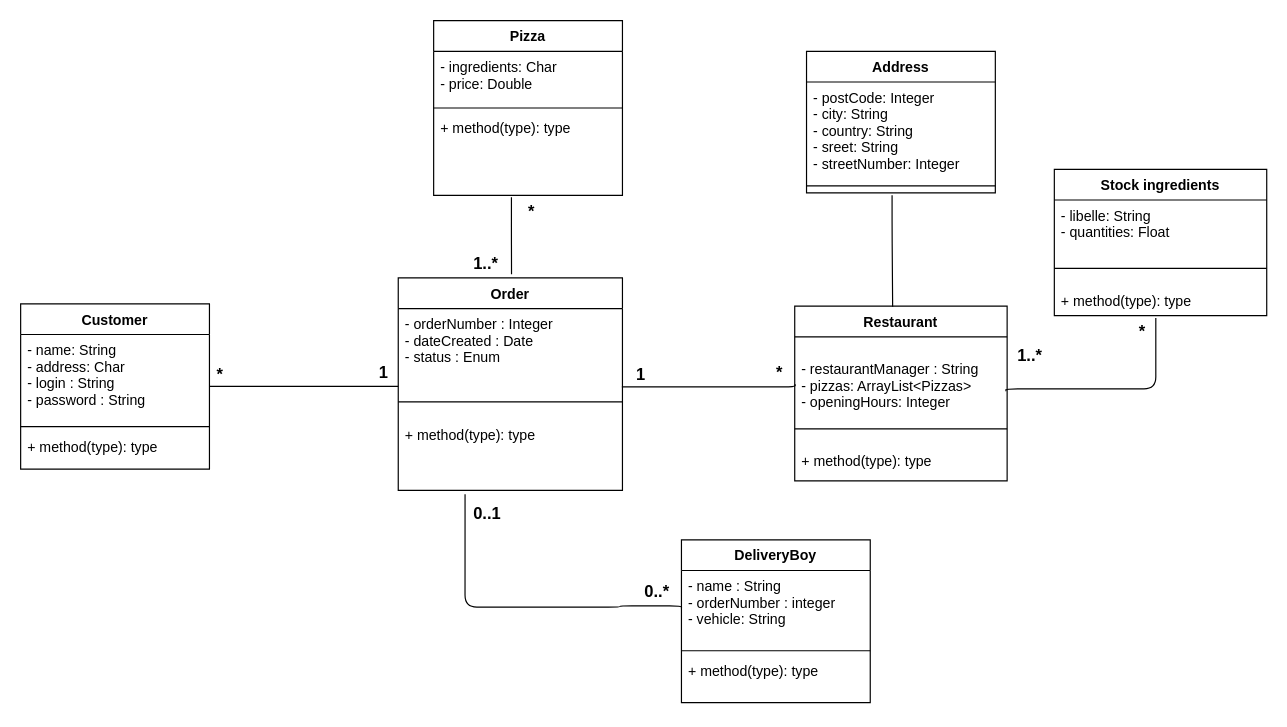
The draw.io diagram page "Diagramme de classe" (8 of 10) of P5-UseCase-definotion.drawio in Ketut38/OC-P5-Pizza, before the edit. Source tidied: cells renumbered, new cells numbered last; positions are measured from the earlier drawing's top-left corner, leaving out a move shared by most shapes. Both pictures are drawn from the tidied source at 118%, with x=0, y=0 at pixel (20, 20).
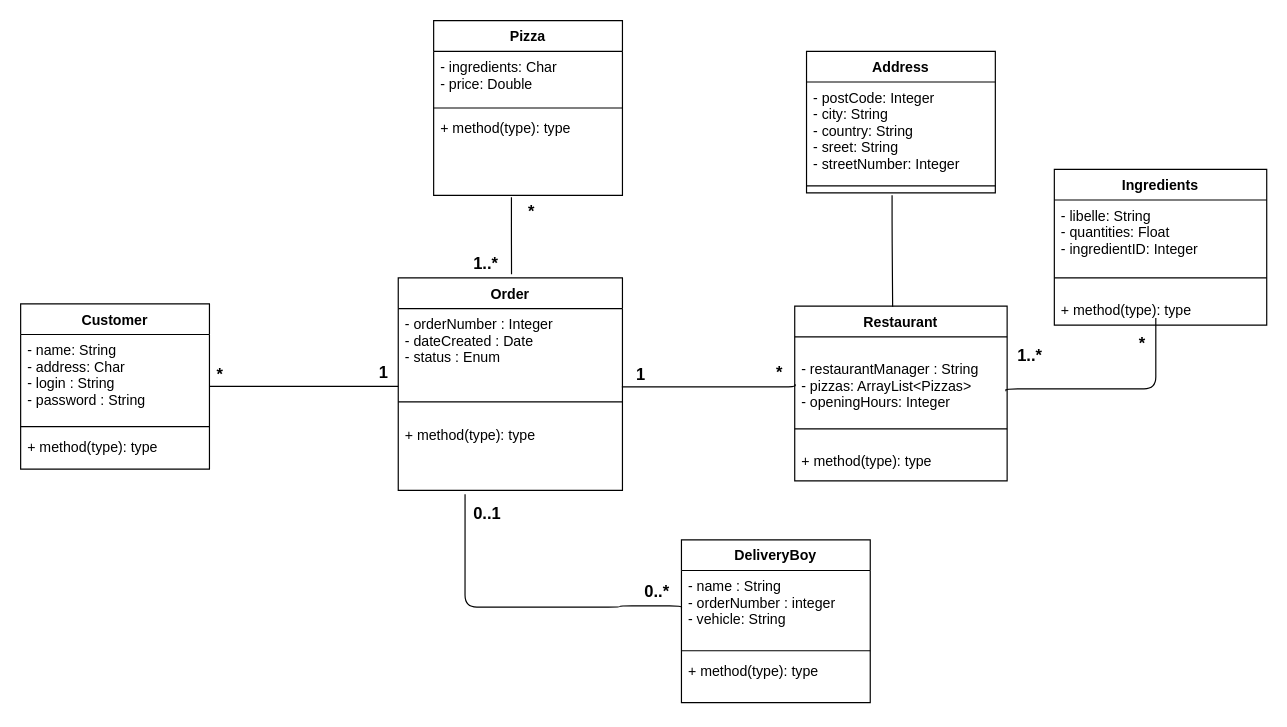
After the change.

The change refers to these unchanged cells:
```xml
<mxCell id="32" style="endArrow=none;html=1;edgeStyle=orthogonalEdgeStyle;exitX=0.412;exitY=1.023;exitDx=0;exitDy=0;exitPerimeter=0;entryX=0.995;entryY=0.692;entryDx=0;entryDy=0;entryPerimeter=0;" parent="1" edge="1" target="7">
  <mxGeometry relative="1" as="geometry">
    <mxPoint x="962" y="252" as="sourcePoint" />
    <Array as="points">
      <mxPoint x="962" y="312" />
      <mxPoint x="835" y="312" />
      <mxPoint x="835" y="314" />
    </Array>
  </mxGeometry>
</mxCell>
```

Change to the diagram source:
```diff
@@
-    <mxCell id="22" value="Stock ingredients" style="swimlane;fontStyle=1;align=center;verticalAlign=top;horizontal=1;startSize=26;" parent="1" vertex="1">
-      <mxGeometry x="876" y="126" width="180" height="124" as="geometry" />
+    <mxCell id="22" value="Ingredients" style="swimlane;fontStyle=1;align=center;verticalAlign=top;horizontal=1;startSize=26;" parent="1" vertex="1">
+      <mxGeometry x="876" y="126" width="180" height="132" as="geometry" />
     </mxCell>
-    <mxCell id="23" value="- libelle: String&#10;- quantities: Float&#10;" style="text;strokeColor=none;fillColor=none;align=left;verticalAlign=top;spacingLeft=4;spacingRight=4;overflow=hidden;" parent="22" vertex="1">
-      <mxGeometry y="26" width="180" height="44" as="geometry" />
+    <mxCell id="23" value="- libelle: String&#10;- quantities: Float&#10;- ingredientID: Integer" style="text;strokeColor=none;fillColor=none;align=left;verticalAlign=top;spacingLeft=4;spacingRight=4;overflow=hidden;" parent="22" vertex="1">
+      <mxGeometry y="26" width="180" height="52" as="geometry" />
     </mxCell>
     <mxCell id="24" style="line;strokeWidth=1;fillColor=none;align=left;verticalAlign=middle;spacingTop=-1;spacingLeft=3;spacingRight=3;labelPosition=right;" parent="22" vertex="1">
-      <mxGeometry y="70" width="180" height="28" as="geometry" />
+      <mxGeometry y="78" width="180" height="28" as="geometry" />
     </mxCell>
     <mxCell id="25" value="+ method(type): type" style="text;strokeColor=none;fillColor=none;align=left;verticalAlign=top;spacingLeft=4;spacingRight=4;overflow=hidden;" parent="22" vertex="1">
-      <mxGeometry y="98" width="180" height="26" as="geometry" />
+      <mxGeometry y="106" width="180" height="26" as="geometry" />
     </mxCell>
@@
     <mxCell id="33" value="&lt;div style=&quot;text-align: right&quot;&gt;&lt;span style=&quot;font-size: 14px&quot;&gt;&lt;b&gt;*&lt;/b&gt;&lt;/span&gt;&lt;/div&gt;" style="html=1;align=left;verticalAlign=bottom;labelBackgroundColor=#ffffff;fontSize=10;" parent="32" vertex="1">
       <mxGeometry x="-1" relative="1" as="geometry">
-        <mxPoint x="-16.5" y="22" as="offset" />
+        <mxPoint x="-16.5" y="32" as="offset" />
       </mxGeometry>
     </mxCell>
```
